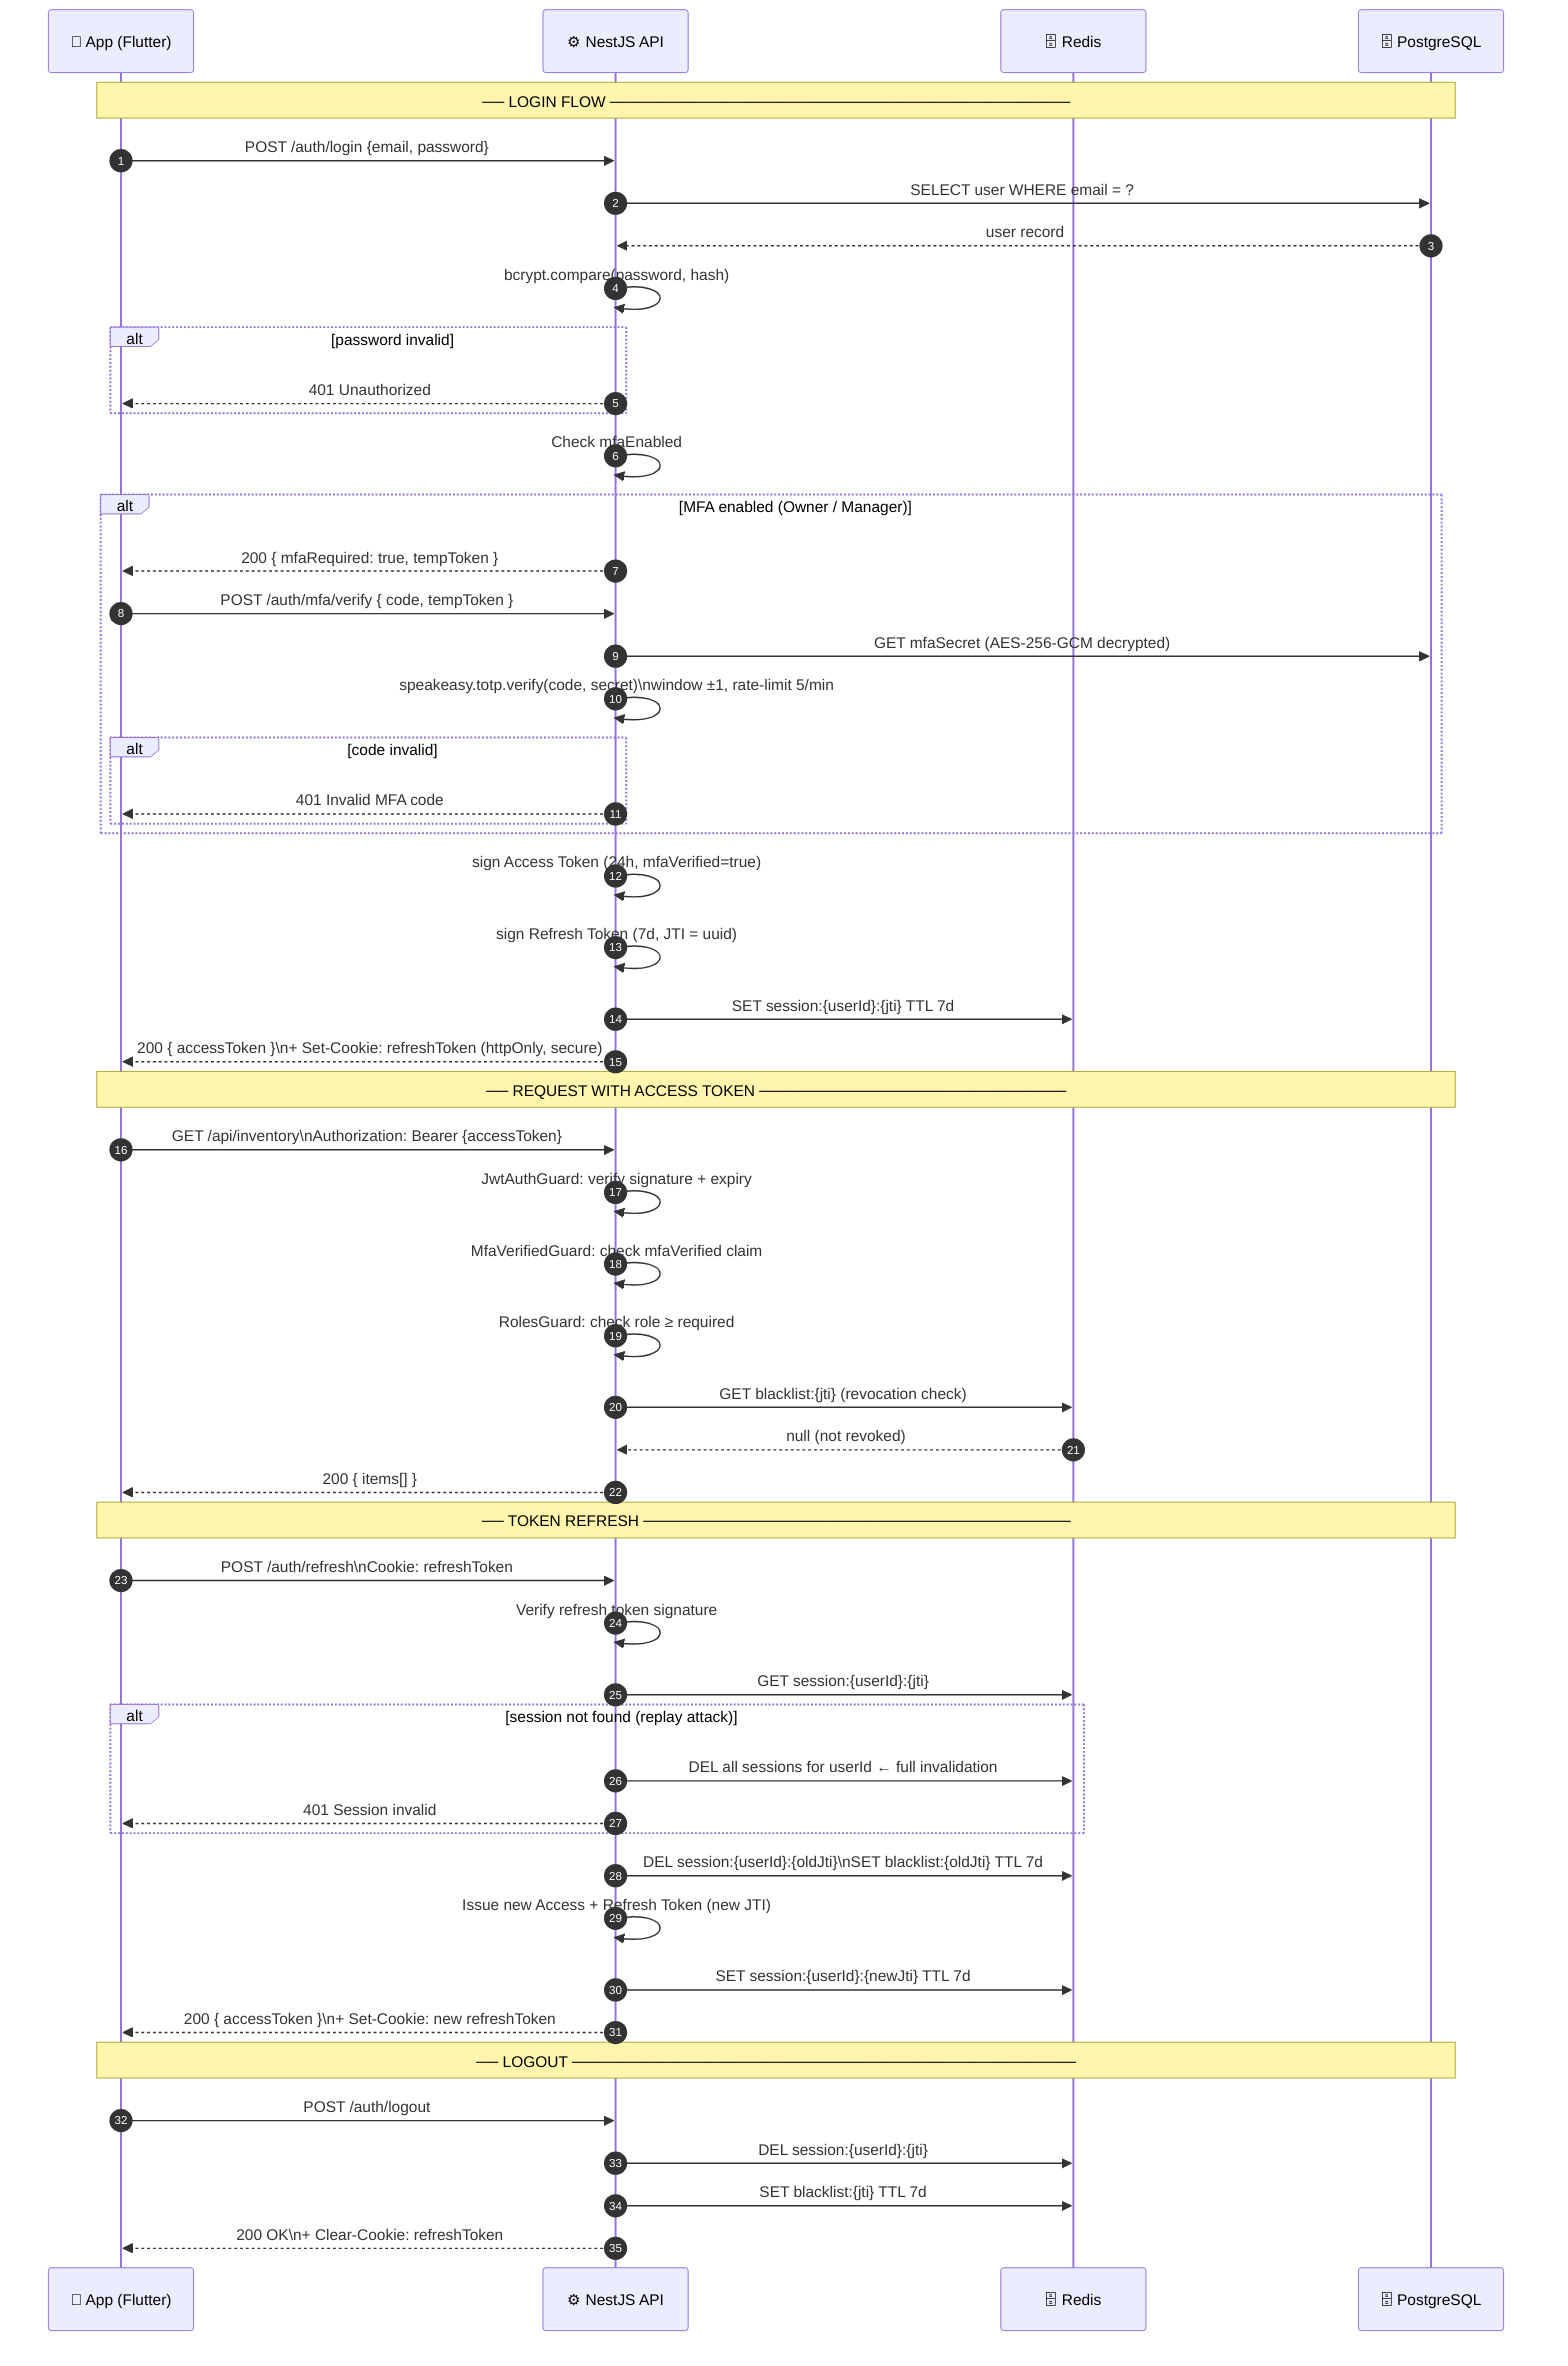
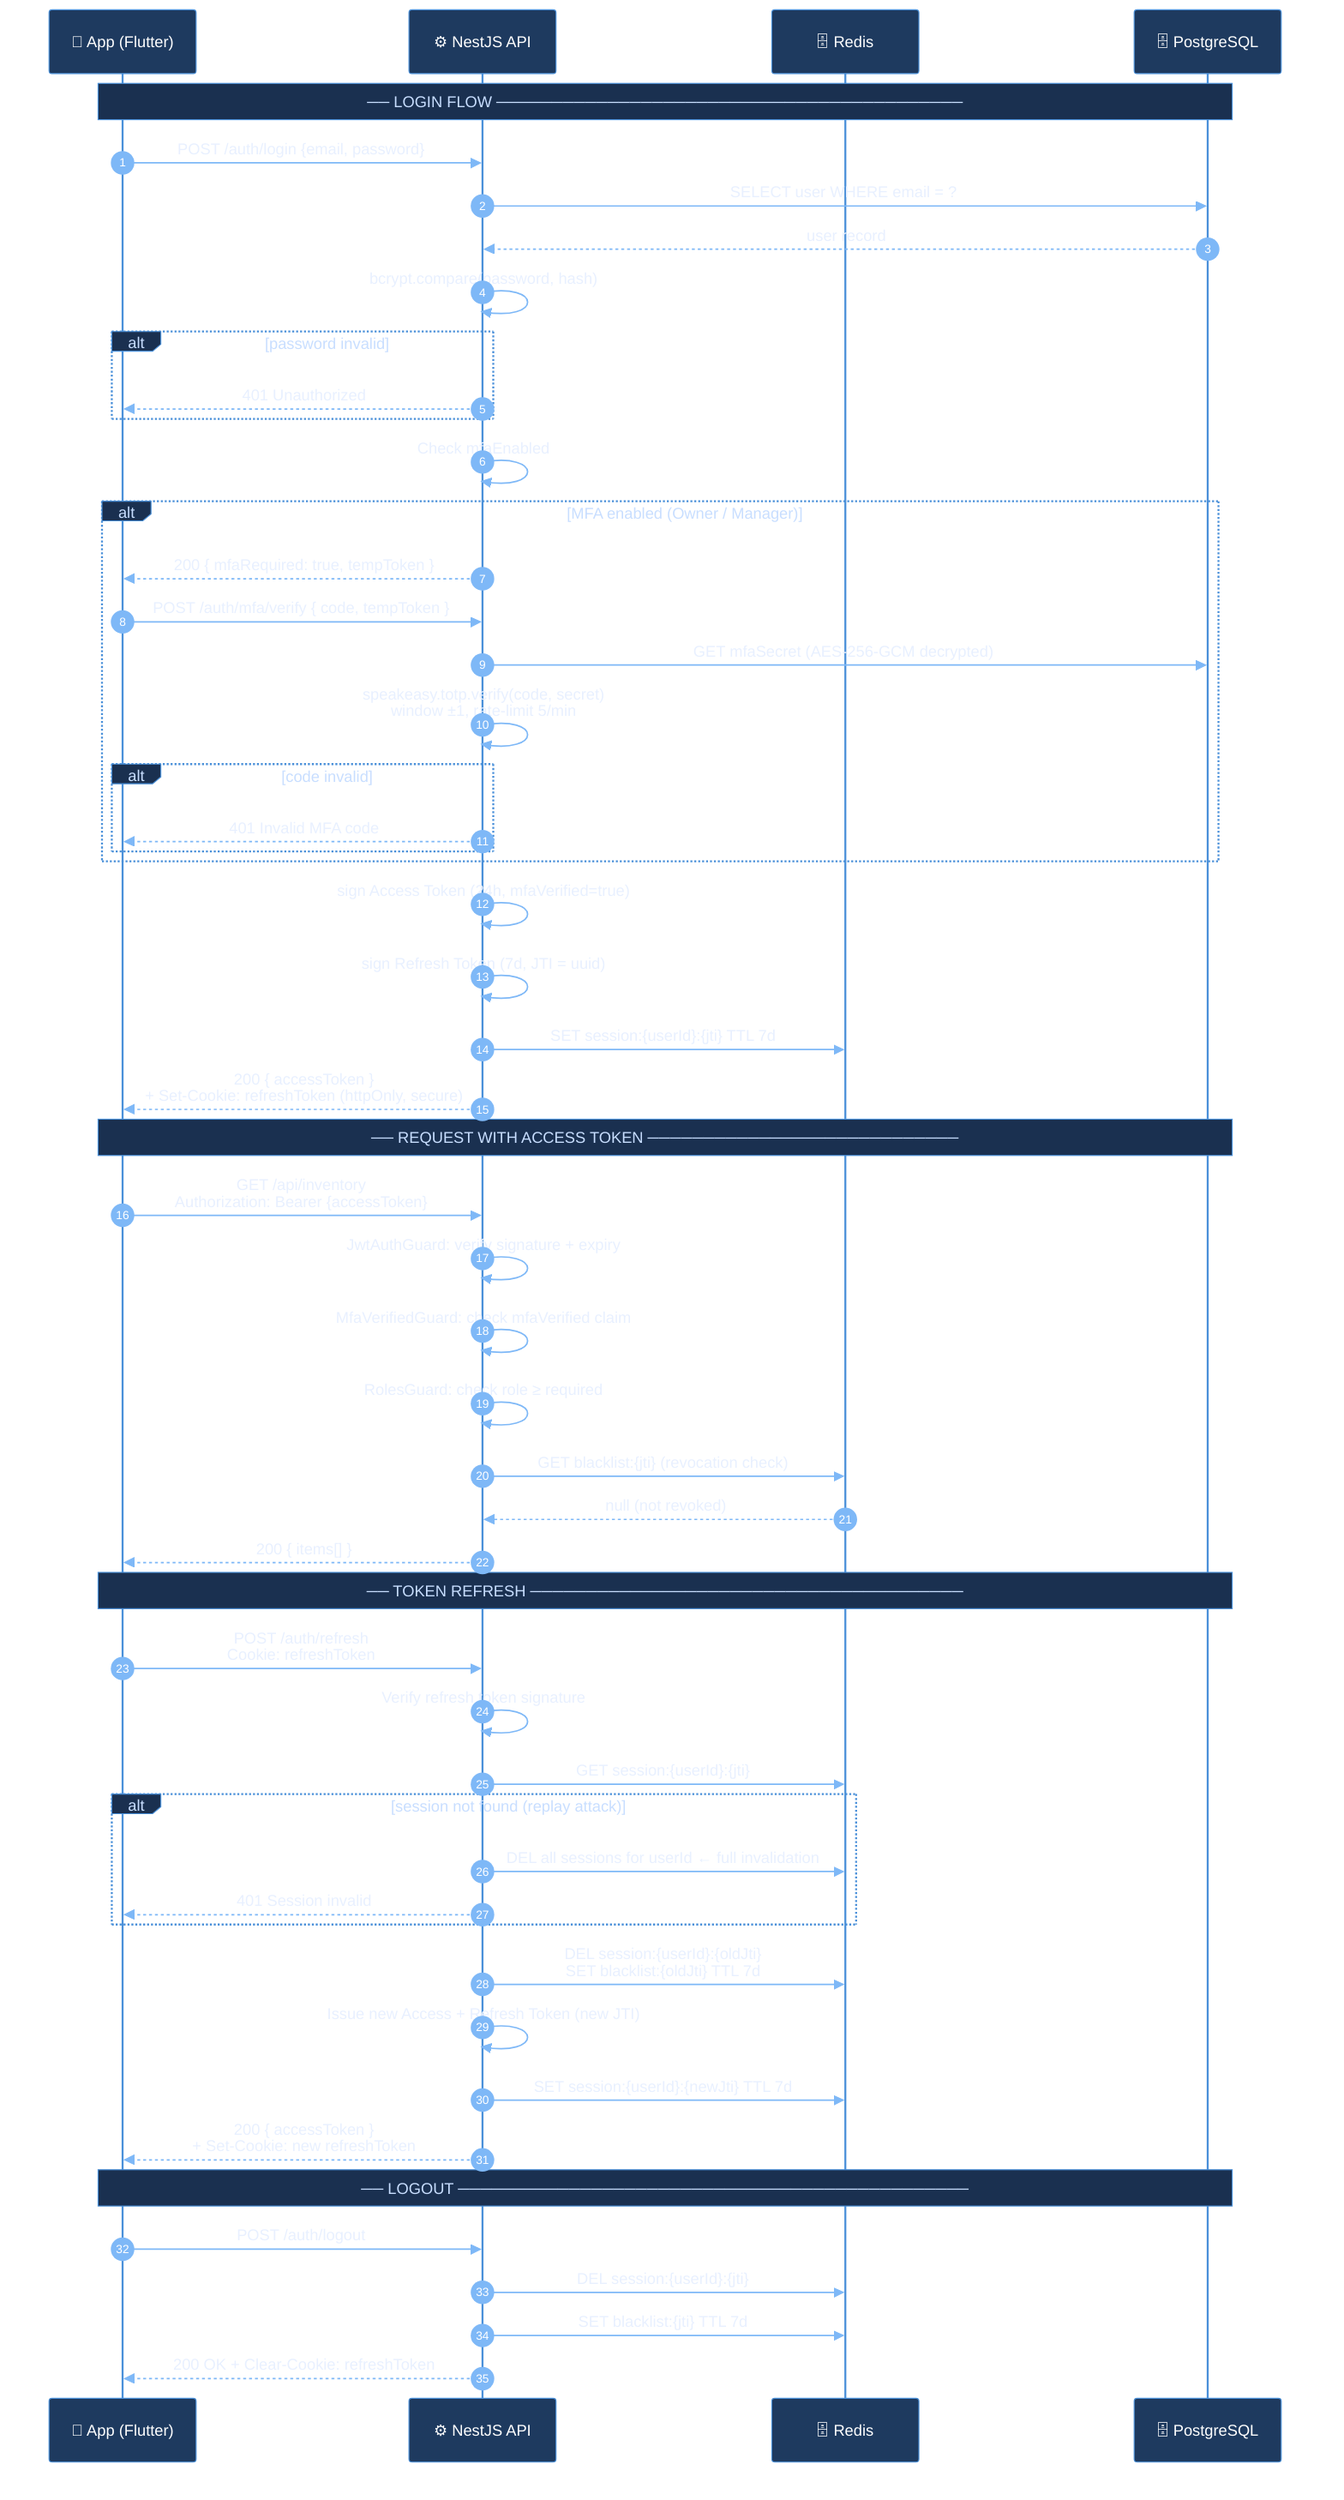
+ %%{init: {
+   "theme": "base",
+   "themeVariables": {
+     "background": "#0d1117",
+     "primaryColor": "#1e3a5f",
+     "primaryTextColor": "#e8f0ff",
+     "primaryBorderColor": "#4a90d9",
+     "lineColor": "#7eb8f7",
+     "secondaryColor": "#162039",
+     "tertiaryColor": "#0d2030",
+     "noteBkgColor": "#1a3050",
+     "noteTextColor": "#c8deff",
+     "noteBorderColor": "#4a90d9",
+     "activationBkgColor": "#2d5090",
+     "activationBorderColor": "#6aabf7",
+     "sequenceNumberColor": "#ffffff",
+     "actorBkg": "#1e3a5f",
+     "actorBorder": "#4a90d9",
+     "actorTextColor": "#ffffff",
+     "actorLineColor": "#4a90d9",
+     "signalColor": "#7eb8f7",
+     "signalTextColor": "#e8f0ff",
+     "labelBoxBkgColor": "#1a3050",
+     "labelBoxBorderColor": "#4a90d9",
+     "labelTextColor": "#c8deff",
+     "loopTextColor": "#c8deff",
+     "altSectionBkgColor": "#0f2035",
+     "altSectionBkgColor2": "#162845"
+   }
+ }}%%
sequenceDiagram
    autonumber
    participant APP as 📱 App (Flutter)
    participant API as ⚙️ NestJS API
    participant REDIS as 🗄️ Redis
    participant PG as 🗄️ PostgreSQL

    note over APP,PG: ── LOGIN FLOW ──────────────────────────────────────────

    APP->>API: POST /auth/login {email, password}
    API->>PG: SELECT user WHERE email = ?
    PG-->>API: user record
    API->>API: bcrypt.compare(password, hash)
    alt password invalid
        API-->>APP: 401 Unauthorized
    end
    API->>API: Check mfaEnabled
    alt MFA enabled (Owner / Manager)
        API-->>APP: 200 { mfaRequired: true, tempToken }
        APP->>API: POST /auth/mfa/verify { code, tempToken }
        API->>PG: GET mfaSecret (AES-256-GCM decrypted)
-         API->>API: speakeasy.totp.verify(code, secret)\nwindow ±1, rate-limit 5/min
+         API->>API: speakeasy.totp.verify(code, secret)<br/>window ±1, rate-limit 5/min
        alt code invalid
            API-->>APP: 401 Invalid MFA code
        end
    end
    API->>API: sign Access Token (24h, mfaVerified=true)
    API->>API: sign Refresh Token (7d, JTI = uuid)
    API->>REDIS: SET session:{userId}:{jti} TTL 7d
-     API-->>APP: 200 { accessToken }\n+ Set-Cookie: refreshToken (httpOnly, secure)
+     API-->>APP: 200 { accessToken }<br/>+ Set-Cookie: refreshToken (httpOnly, secure)

    note over APP,PG: ── REQUEST WITH ACCESS TOKEN ────────────────────────────

-     APP->>API: GET /api/inventory\nAuthorization: Bearer {accessToken}
+     APP->>API: GET /api/inventory<br/>Authorization: Bearer {accessToken}
    API->>API: JwtAuthGuard: verify signature + expiry
    API->>API: MfaVerifiedGuard: check mfaVerified claim
    API->>API: RolesGuard: check role ≥ required
    API->>REDIS: GET blacklist:{jti}  (revocation check)
    REDIS-->>API: null (not revoked)
    API-->>APP: 200 { items[] }

    note over APP,PG: ── TOKEN REFRESH ───────────────────────────────────────

-     APP->>API: POST /auth/refresh\nCookie: refreshToken
+     APP->>API: POST /auth/refresh<br/>Cookie: refreshToken
    API->>API: Verify refresh token signature
    API->>REDIS: GET session:{userId}:{jti}
    alt session not found (replay attack)
        API->>REDIS: DEL all sessions for userId  ← full invalidation
        API-->>APP: 401 Session invalid
    end
-     API->>REDIS: DEL session:{userId}:{oldJti}\nSET blacklist:{oldJti} TTL 7d
+     API->>REDIS: DEL session:{userId}:{oldJti}<br/>SET blacklist:{oldJti} TTL 7d
    API->>API: Issue new Access + Refresh Token (new JTI)
    API->>REDIS: SET session:{userId}:{newJti} TTL 7d
-     API-->>APP: 200 { accessToken }\n+ Set-Cookie: new refreshToken
+     API-->>APP: 200 { accessToken }<br/>+ Set-Cookie: new refreshToken

    note over APP,PG: ── LOGOUT ──────────────────────────────────────────────

    APP->>API: POST /auth/logout
    API->>REDIS: DEL session:{userId}:{jti}
    API->>REDIS: SET blacklist:{jti} TTL 7d
-     API-->>APP: 200 OK\n+ Clear-Cookie: refreshToken
+     API-->>APP: 200 OK + Clear-Cookie: refreshToken
